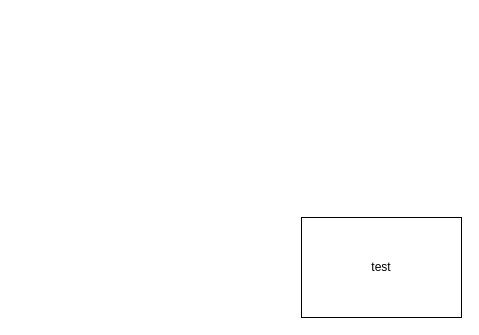
Above: documentation/CharbonnelLens.drawio in LENSAlex/ProjetIotia (draw.io), before the change. Source tidied: cells renumbered, new cells numbered last; positions are measured from the earlier drawing's top-left corner, leaving out a move shared by most shapes. Both pictures are drawn from the tidied source at 100%, with x=0, y=0 at pixel (301, 217).
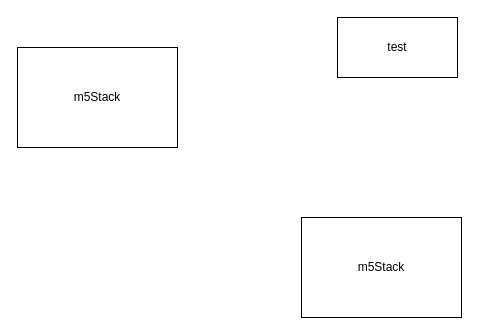
After the change.

Diff of the diagram source:
```diff
@@
 <mxGraphModel>
   <root>
     <mxCell id="0" />
     <mxCell id="1" parent="0" />
-    <mxCell id="2" value="test" style="rounded=0;whiteSpace=wrap;html=1;" parent="1" vertex="1">
+    <mxCell id="2" value="m5Stack&lt;br&gt;" style="rounded=0;whiteSpace=wrap;html=1;" parent="1" vertex="1">
       <mxGeometry width="160" height="100" as="geometry" />
     </mxCell>
+    <mxCell id="3" value="test" style="rounded=0;whiteSpace=wrap;html=1;" parent="1" vertex="1">
+      <mxGeometry x="36" y="-200" width="120" height="60" as="geometry" />
+    </mxCell>
+    <mxCell id="4" value="m5Stack&lt;br&gt;" style="rounded=0;whiteSpace=wrap;html=1;" parent="1" vertex="1">
+      <mxGeometry x="-284" y="-170" width="160" height="100" as="geometry" />
+    </mxCell>
   </root>
 </mxGraphModel>
```
